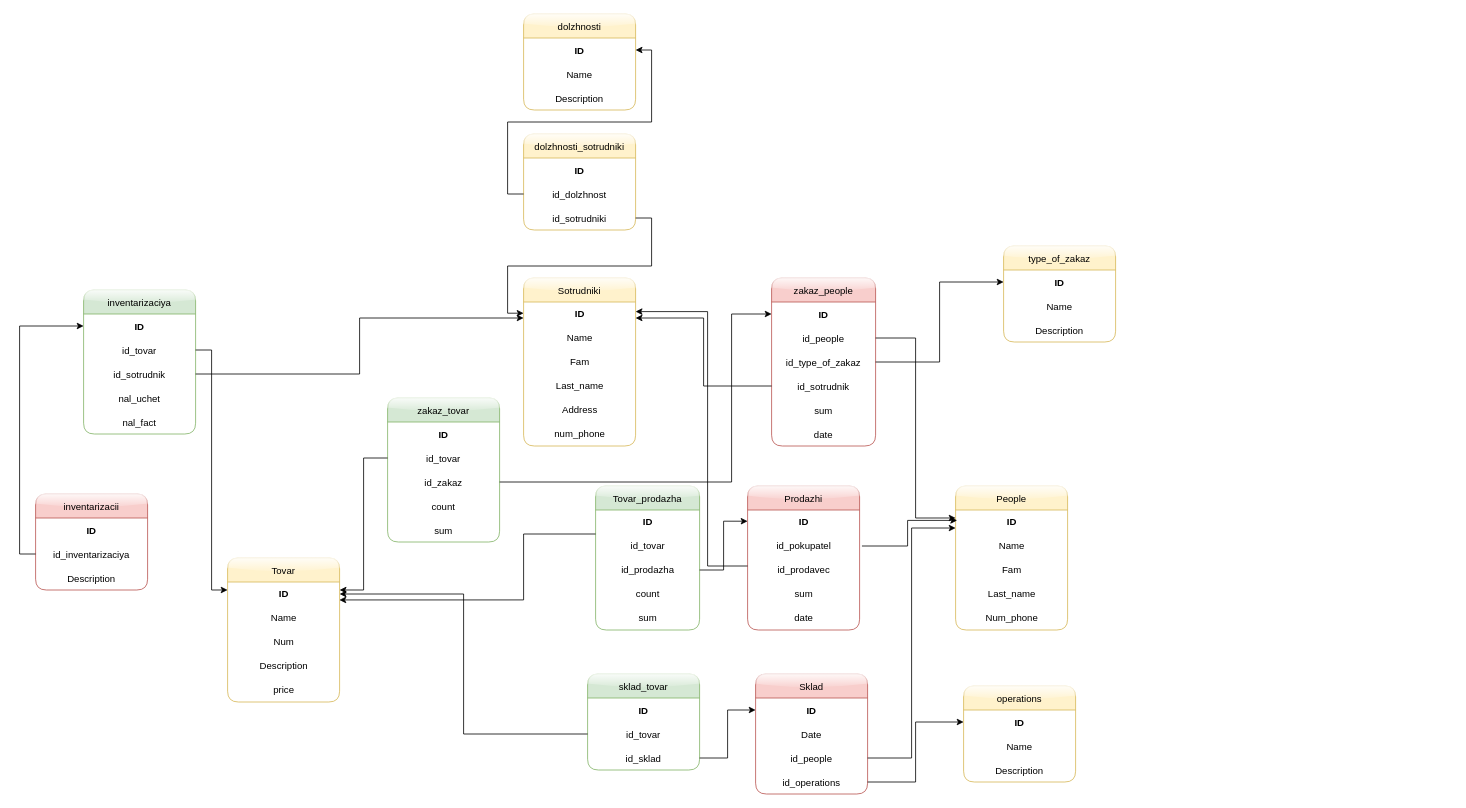
Before: Диаграмма без названия.drawio in OGdanik/db_diagrams, a draw.io diagram. Source tidied: cells renumbered, new cells numbered last; positions are measured from the earlier drawing's top-left corner, leaving out a move shared by most shapes. Both pictures are drawn from the tidied source at 80%, with x=0, y=0 at pixel (35, 14).
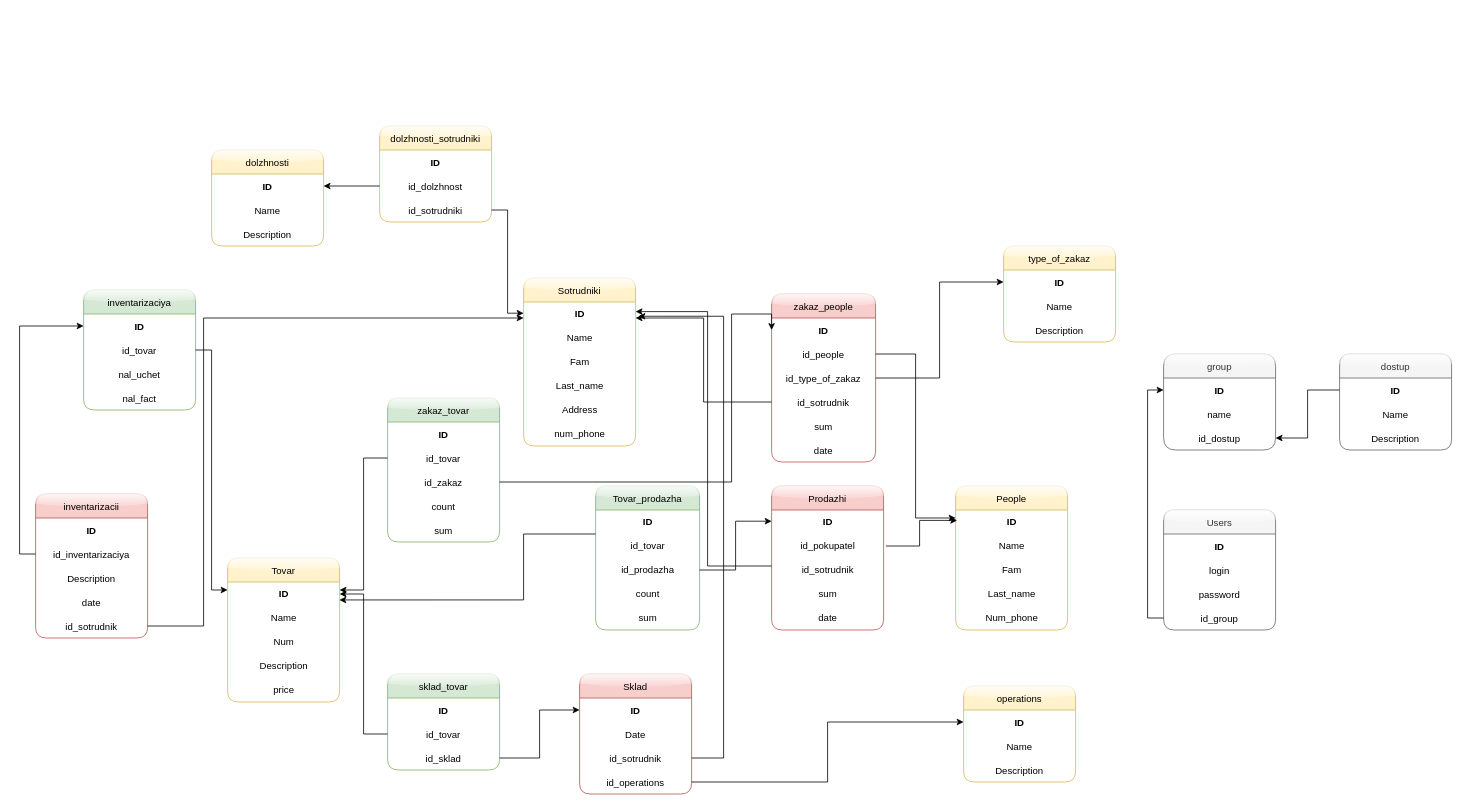
The same diagram, later.

The change refers to these unchanged cells:
```xml
<mxCell id="3" value="&lt;div align=&quot;center&quot;&gt;&lt;b&gt;ID&lt;/b&gt;&lt;/div&gt;" style="text;html=1;align=center;verticalAlign=middle;points=[];strokeColor=none;fillColor=none;" parent="2" vertex="1">
  <mxGeometry y="30" width="140" height="30" as="geometry" />
</mxCell>
<mxCell id="29" value="&lt;div align=&quot;center&quot;&gt;&lt;b&gt;ID&lt;/b&gt;&lt;/div&gt;" style="text;html=1;align=center;verticalAlign=middle;points=[];strokeColor=none;fillColor=none;" parent="28" vertex="1">
  <mxGeometry y="30" width="140" height="30" as="geometry" />
</mxCell>
```

Diff of the diagram source:
```diff
@@
     <mxCell id="9" value="Prodazhi" style="swimlane;fontStyle=0;horizontal=1;startSize=30;fillColor=#f8cecc;strokeColor=#b85450;swimlaneFillColor=default;rounded=1;shadow=0;sketch=0;glass=1;" parent="1" vertex="1">
-      <mxGeometry x="890" y="590" width="140" height="180" as="geometry" />
+      <mxGeometry x="920" y="590" width="140" height="180" as="geometry" />
     </mxCell>
@@
-    <mxCell id="12" value="id_prodavec" style="text;html=1;align=center;verticalAlign=middle;points=[];strokeColor=none;fillColor=none;" parent="9" vertex="1">
+    <mxCell id="12" value="id_sotrudnik" style="text;html=1;align=center;verticalAlign=middle;points=[];strokeColor=none;fillColor=none;" parent="9" vertex="1">
       <mxGeometry y="90" width="140" height="30" as="geometry" />
     </mxCell>
@@
     <mxCell id="36" value="dolzhnosti" style="swimlane;fontStyle=0;horizontal=1;startSize=30;rounded=1;shadow=0;glass=1;sketch=0;gradientColor=none;fillColor=#fff2cc;strokeColor=#d6b656;swimlaneFillColor=default;" parent="1" vertex="1">
-      <mxGeometry x="610" width="140" height="120" as="geometry" />
+      <mxGeometry x="220" y="170" width="140" height="120" as="geometry" />
     </mxCell>
@@
     <mxCell id="40" value="dolzhnosti_sotrudniki" style="swimlane;fontStyle=0;horizontal=1;startSize=30;rounded=1;shadow=0;glass=1;sketch=0;gradientColor=none;fillColor=#fff2cc;strokeColor=#d6b656;swimlaneFillColor=default;" parent="1" vertex="1">
-      <mxGeometry x="610" y="150" width="140" height="120" as="geometry" />
+      <mxGeometry x="430" y="140" width="140" height="120" as="geometry" />
     </mxCell>
@@
     <mxCell id="46" value="Sklad" style="swimlane;fontStyle=0;horizontal=1;startSize=30;rounded=1;shadow=0;glass=1;sketch=0;fillColor=#f8cecc;strokeColor=#b85450;swimlaneFillColor=default;" parent="1" vertex="1">
-      <mxGeometry x="900" y="825" width="140" height="150" as="geometry" />
+      <mxGeometry x="680" y="825" width="140" height="150" as="geometry" />
     </mxCell>
@@
-    <mxCell id="49" value="id_people" style="text;strokeColor=none;fillColor=none;align=center;verticalAlign=middle;spacingLeft=4;spacingRight=4;overflow=hidden;points=[[0,0.5],[1,0.5]];portConstraint=eastwest;rounded=1;shadow=0;glass=1;sketch=0;fontStyle=0;" parent="46" vertex="1">
+    <mxCell id="49" value="id_sotrudnik" style="text;strokeColor=none;fillColor=none;align=center;verticalAlign=middle;spacingLeft=4;spacingRight=4;overflow=hidden;points=[[0,0.5],[1,0.5]];portConstraint=eastwest;rounded=1;shadow=0;glass=1;sketch=0;fontStyle=0;" parent="46" vertex="1">
       <mxGeometry y="90" width="140" height="30" as="geometry" />
     </mxCell>
@@
-    <mxCell id="56" style="edgeStyle=orthogonalEdgeStyle;rounded=0;jettySize=auto;html=1;exitX=1;exitY=0.5;exitDx=0;exitDy=0;entryX=0;entryY=0.751;entryDx=0;entryDy=0;entryPerimeter=0;" parent="1" edge="1" source="49" target="3">
-      <mxGeometry relative="1" as="geometry" />
-    </mxCell>
     <mxCell id="57" value="sklad_tovar" style="swimlane;fontStyle=0;horizontal=1;startSize=30;rounded=1;shadow=0;glass=1;sketch=0;fillColor=#d5e8d4;strokeColor=#82b366;swimlaneFillColor=default;" parent="1" vertex="1">
-      <mxGeometry x="690" y="825" width="140" height="120" as="geometry" />
+      <mxGeometry x="440" y="825" width="140" height="120" as="geometry" />
     </mxCell>
@@
     <mxCell id="64" value="zakaz_people" style="swimlane;fontStyle=0;horizontal=1;startSize=30;rounded=1;shadow=0;glass=1;sketch=0;fillColor=#f8cecc;strokeColor=#b85450;swimlaneFillColor=default;" parent="1" vertex="1">
-      <mxGeometry x="920" y="330" width="130" height="210" as="geometry" />
+      <mxGeometry x="920" y="350" width="130" height="210" as="geometry" />
     </mxCell>
@@
     <mxCell id="86" value="inventarizaciya" style="swimlane;fontStyle=0;horizontal=1;startSize=30;rounded=1;shadow=0;glass=1;sketch=0;fillColor=#d5e8d4;strokeColor=#82b366;swimlaneFillColor=default;" parent="1" vertex="1">
-      <mxGeometry x="60" y="345" width="140" height="180" as="geometry" />
+      <mxGeometry x="60" y="345" width="140" height="150" as="geometry" />
     </mxCell>
@@
-    <mxCell id="89" value="id_sotrudnik" style="text;strokeColor=none;fillColor=none;align=center;verticalAlign=middle;spacingLeft=4;spacingRight=4;overflow=hidden;points=[[0,0.5],[1,0.5]];portConstraint=eastwest;rounded=1;shadow=0;glass=1;sketch=0;fontStyle=0;" parent="86" vertex="1">
-      <mxGeometry y="90" width="140" height="30" as="geometry" />
-    </mxCell>
     <mxCell id="90" value="nal_uchet" style="text;strokeColor=none;fillColor=none;align=center;verticalAlign=middle;spacingLeft=4;spacingRight=4;overflow=hidden;rounded=1;shadow=0;glass=1;sketch=0;fontStyle=0;" parent="86" vertex="1">
-      <mxGeometry y="120" width="140" height="30" as="geometry" />
+      <mxGeometry y="90" width="140" height="30" as="geometry" />
     </mxCell>
     <mxCell id="91" value="nal_fact" style="text;strokeColor=none;fillColor=none;align=center;verticalAlign=middle;spacingLeft=4;spacingRight=4;overflow=hidden;rounded=1;shadow=0;glass=1;sketch=0;fontStyle=0;" parent="86" vertex="1">
-      <mxGeometry y="150" width="140" height="30" as="geometry" />
+      <mxGeometry y="120" width="140" height="30" as="geometry" />
     </mxCell>
@@
-    <mxCell id="93" style="edgeStyle=orthogonalEdgeStyle;rounded=0;jettySize=auto;html=1;exitX=1;exitY=0.5;exitDx=0;exitDy=0;entryX=0;entryY=0.667;entryDx=0;entryDy=0;entryPerimeter=0;" parent="1" edge="1" source="89" target="29">
-      <mxGeometry relative="1" as="geometry" />
-    </mxCell>
     <mxCell id="94" value="inventarizacii" style="swimlane;fontStyle=0;horizontal=1;startSize=30;rounded=1;shadow=0;glass=1;sketch=0;fillColor=#f8cecc;strokeColor=#b85450;swimlaneFillColor=default;" parent="1" vertex="1">
-      <mxGeometry y="600" width="140" height="120" as="geometry" />
+      <mxGeometry y="600" width="140" height="180" as="geometry" />
     </mxCell>
@@
+    <mxCell id="99" value="date" style="text;strokeColor=none;fillColor=none;align=center;verticalAlign=middle;spacingLeft=4;spacingRight=4;overflow=hidden;rounded=1;shadow=0;glass=1;sketch=0;fontStyle=0;" parent="94" vertex="1">
+      <mxGeometry y="120" width="140" height="30" as="geometry" />
+    </mxCell>
+    <mxCell id="89" value="id_sotrudnik" style="text;strokeColor=none;fillColor=none;align=center;verticalAlign=middle;spacingLeft=4;spacingRight=4;overflow=hidden;points=[[0,0.5],[1,0.5]];portConstraint=eastwest;rounded=1;shadow=0;glass=1;sketch=0;fontStyle=0;" parent="94" vertex="1">
+      <mxGeometry y="150" width="140" height="30" as="geometry" />
+    </mxCell>
@@
+    <mxCell id="100" style="edgeStyle=orthogonalEdgeStyle;rounded=0;jettySize=auto;html=1;exitX=1;exitY=0.5;exitDx=0;exitDy=0;entryX=1.026;entryY=0.594;entryDx=0;entryDy=0;entryPerimeter=0;" parent="1" edge="1" source="49" target="29">
+      <mxGeometry relative="1" as="geometry">
+        <Array as="points">
+          <mxPoint x="860" y="930" />
+          <mxPoint x="860" y="378" />
+        </Array>
+      </mxGeometry>
+    </mxCell>
+    <mxCell id="101" value="Users" style="swimlane;fontStyle=0;horizontal=1;startSize=30;rounded=1;shadow=0;glass=1;sketch=0;fillColor=#f5f5f5;strokeColor=#666666;swimlaneFillColor=default;fontColor=#333333;" parent="1" vertex="1">
+      <mxGeometry x="1410" y="620" width="140" height="150" as="geometry" />
+    </mxCell>
+    <mxCell id="102" value="ID" style="text;strokeColor=none;fillColor=none;align=center;verticalAlign=middle;spacingLeft=4;spacingRight=4;overflow=hidden;rounded=1;shadow=0;glass=1;sketch=0;fontStyle=1;" parent="101" vertex="1">
+      <mxGeometry y="30" width="140" height="30" as="geometry" />
+    </mxCell>
+    <mxCell id="103" value="login" style="text;strokeColor=none;fillColor=none;align=center;verticalAlign=middle;spacingLeft=4;spacingRight=4;overflow=hidden;rounded=1;shadow=0;glass=1;sketch=0;fontStyle=0;" parent="101" vertex="1">
+      <mxGeometry y="60" width="140" height="30" as="geometry" />
+    </mxCell>
+    <mxCell id="104" value="password" style="text;strokeColor=none;fillColor=none;align=center;verticalAlign=middle;spacingLeft=4;spacingRight=4;overflow=hidden;rounded=1;shadow=0;glass=1;sketch=0;fontStyle=0;" parent="101" vertex="1">
+      <mxGeometry y="90" width="140" height="30" as="geometry" />
+    </mxCell>
+    <mxCell id="105" value="id_group" style="text;strokeColor=none;fillColor=none;align=center;verticalAlign=middle;spacingLeft=4;spacingRight=4;overflow=hidden;points=[[0,0.5],[1,0.5]];portConstraint=eastwest;rounded=1;shadow=0;glass=1;sketch=0;fontStyle=0;" parent="101" vertex="1">
+      <mxGeometry y="120" width="140" height="30" as="geometry" />
+    </mxCell>
+    <mxCell id="106" value="group" style="swimlane;fontStyle=0;horizontal=1;startSize=30;rounded=1;shadow=0;glass=1;sketch=0;fillColor=#f5f5f5;strokeColor=#666666;swimlaneFillColor=default;fontColor=#333333;arcSize=17;" parent="1" vertex="1">
+      <mxGeometry x="1410" y="425" width="140" height="120" as="geometry" />
+    </mxCell>
+    <mxCell id="107" value="ID" style="text;strokeColor=none;fillColor=none;align=center;verticalAlign=middle;spacingLeft=4;spacingRight=4;overflow=hidden;points=[[0,0.5],[1,0.5]];portConstraint=eastwest;rounded=1;shadow=0;glass=1;sketch=0;fontStyle=1;" parent="106" vertex="1">
+      <mxGeometry y="30" width="140" height="30" as="geometry" />
+    </mxCell>
+    <mxCell id="108" value="name" style="text;strokeColor=none;fillColor=none;align=center;verticalAlign=middle;spacingLeft=4;spacingRight=4;overflow=hidden;rounded=1;shadow=0;glass=1;sketch=0;fontStyle=0;" parent="106" vertex="1">
+      <mxGeometry y="60" width="140" height="30" as="geometry" />
+    </mxCell>
+    <mxCell id="109" value="id_dostup" style="text;strokeColor=none;fillColor=none;align=center;verticalAlign=middle;spacingLeft=4;spacingRight=4;overflow=hidden;points=[[0,0.5],[1,0.5]];portConstraint=eastwest;rounded=1;shadow=0;glass=1;sketch=0;fontStyle=0;" parent="106" vertex="1">
+      <mxGeometry y="90" width="140" height="30" as="geometry" />
+    </mxCell>
+    <mxCell id="110" value="dostup" style="swimlane;fontStyle=0;horizontal=1;startSize=30;rounded=1;shadow=0;glass=1;sketch=0;fillColor=#f5f5f5;strokeColor=#666666;swimlaneFillColor=default;fontColor=#333333;" parent="1" vertex="1">
+      <mxGeometry x="1630" y="425" width="140" height="120" as="geometry" />
+    </mxCell>
+    <mxCell id="111" value="ID" style="text;strokeColor=none;fillColor=none;align=center;verticalAlign=middle;spacingLeft=4;spacingRight=4;overflow=hidden;points=[[0,0.5],[1,0.5]];portConstraint=eastwest;rounded=1;shadow=0;glass=1;sketch=0;fontStyle=1;" parent="110" vertex="1">
+      <mxGeometry y="30" width="140" height="30" as="geometry" />
+    </mxCell>
+    <mxCell id="112" value="Name" style="text;strokeColor=none;fillColor=none;align=center;verticalAlign=middle;spacingLeft=4;spacingRight=4;overflow=hidden;rounded=1;shadow=0;glass=1;sketch=0;fontStyle=0;" parent="110" vertex="1">
+      <mxGeometry y="60" width="140" height="30" as="geometry" />
+    </mxCell>
+    <mxCell id="113" value="Description" style="text;strokeColor=none;fillColor=none;align=center;verticalAlign=middle;spacingLeft=4;spacingRight=4;overflow=hidden;rounded=1;shadow=0;glass=1;sketch=0;fontStyle=0;" parent="110" vertex="1">
+      <mxGeometry y="90" width="140" height="30" as="geometry" />
+    </mxCell>
+    <mxCell id="114" style="edgeStyle=orthogonalEdgeStyle;rounded=0;jettySize=auto;html=1;exitX=0;exitY=0.5;exitDx=0;exitDy=0;entryX=1;entryY=0.5;entryDx=0;entryDy=0;" parent="1" edge="1" source="111" target="109">
+      <mxGeometry relative="1" as="geometry" />
+    </mxCell>
+    <mxCell id="115" style="edgeStyle=orthogonalEdgeStyle;rounded=0;jettySize=auto;html=1;exitX=0;exitY=0.5;exitDx=0;exitDy=0;entryX=0;entryY=0.5;entryDx=0;entryDy=0;" parent="1" edge="1" source="105" target="107">
+      <mxGeometry relative="1" as="geometry" />
+    </mxCell>
+    <mxCell id="93" style="edgeStyle=orthogonalEdgeStyle;rounded=0;jettySize=auto;html=1;exitX=1;exitY=0.5;exitDx=0;exitDy=0;entryX=0;entryY=0.667;entryDx=0;entryDy=0;entryPerimeter=0;" parent="1" edge="1" source="89" target="29">
+      <mxGeometry relative="1" as="geometry">
+        <Array as="points">
+          <mxPoint x="210" y="765" />
+          <mxPoint x="210" y="380" />
+        </Array>
+      </mxGeometry>
+    </mxCell>
```
